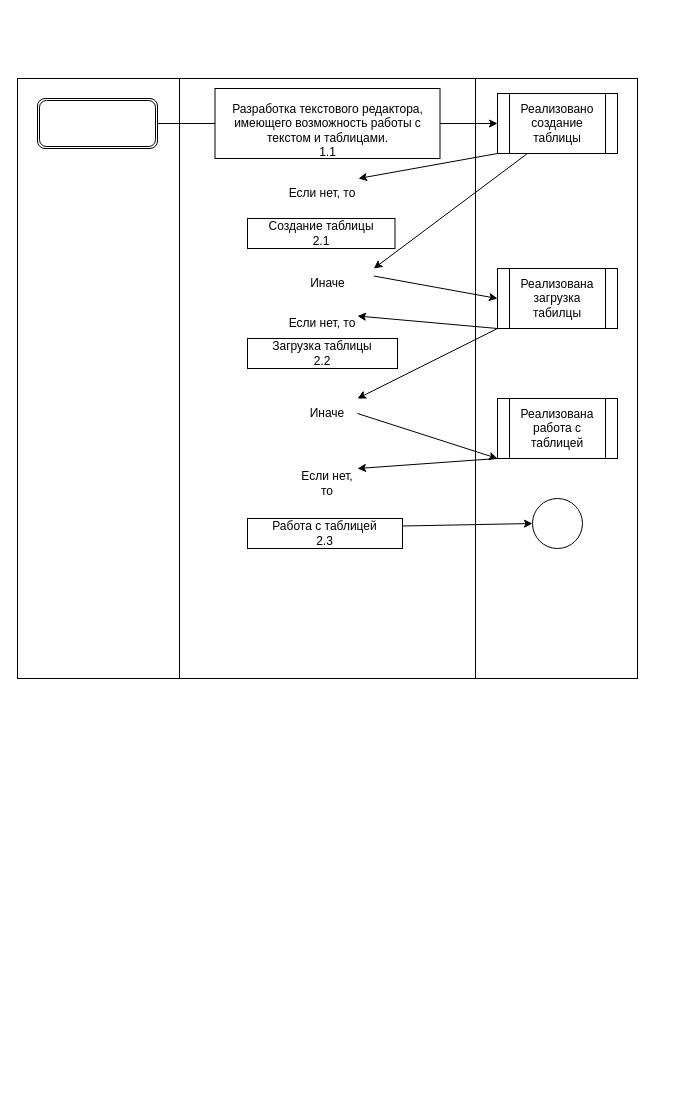
Goattyie/Labs keeps this draw.io diagram as 3.1/temp/1.1(2)(1).drawio. Above is the earlier version. Source tidied: cells renumbered, new cells numbered last; positions are measured from the earlier drawing's top-left corner, leaving out a move shared by most shapes. Both pictures are drawn from the tidied source at 100%, with x=0, y=0 at pixel (17, 78).
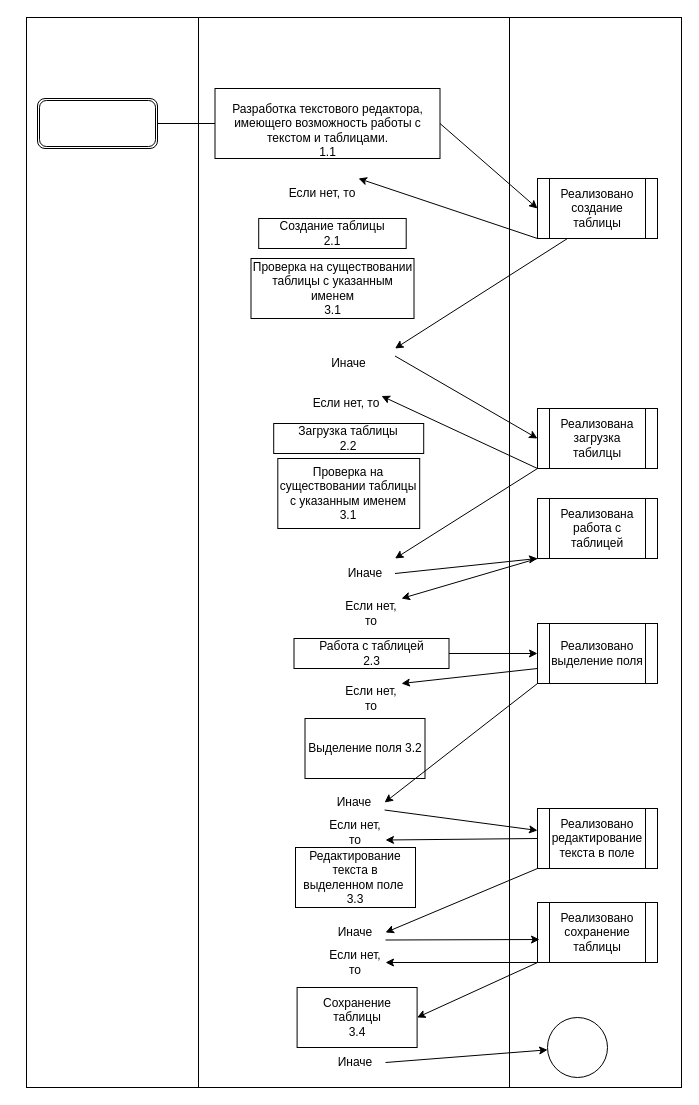
The same diagram, later.

Change to the diagram source:
```diff
@@
     <mxCell id="2" style="shape=process;whiteSpace=wrap;html=1;backgroundOutline=1;size=0.2619047619047619;" parent="1" vertex="1">
-      <mxGeometry width="620" height="600" as="geometry" />
+      <mxGeometry x="9" y="-61" width="655" height="1070" as="geometry" />
     </mxCell>
@@
     <mxCell id="5" value="Реализовано создание таблицы" style="shape=process;whiteSpace=wrap;html=1;backgroundOutline=1;" parent="1" vertex="1">
-      <mxGeometry x="480" y="15" width="120" height="60" as="geometry" />
+      <mxGeometry x="520" y="100" width="120" height="60" as="geometry" />
     </mxCell>
@@
     <mxCell id="7" value="&lt;div&gt;Создание таблицы&lt;/div&gt;&lt;div&gt;2.1&lt;/div&gt;" style="rounded=0;whiteSpace=wrap;html=1;" parent="1" vertex="1">
-      <mxGeometry x="230" y="140" width="147.5" height="30" as="geometry" />
+      <mxGeometry x="241.2" y="140" width="147.5" height="30" as="geometry" />
     </mxCell>
     <mxCell id="8" value="Реализована загрузка табилцы" style="shape=process;whiteSpace=wrap;html=1;backgroundOutline=1;" parent="1" vertex="1">
-      <mxGeometry x="480" y="190" width="120" height="60" as="geometry" />
+      <mxGeometry x="520" y="330" width="120" height="60" as="geometry" />
     </mxCell>
     <mxCell id="9" value="Иначе" style="text;html=1;strokeColor=none;fillColor=none;align=center;verticalAlign=middle;whiteSpace=wrap;rounded=0;" parent="1" vertex="1">
-      <mxGeometry x="263.8" y="190" width="92.5" height="30" as="geometry" />
+      <mxGeometry x="285" y="270" width="92.5" height="30" as="geometry" />
     </mxCell>
@@
     <mxCell id="15" value="Если нет, то" style="text;html=1;strokeColor=none;fillColor=none;align=center;verticalAlign=middle;whiteSpace=wrap;rounded=0;" parent="1" vertex="1">
-      <mxGeometry x="270" y="230" width="70" height="30" as="geometry" />
+      <mxGeometry x="294" y="310" width="70" height="30" as="geometry" />
     </mxCell>
@@
     <mxCell id="17" value="&lt;div&gt;Загрузка таблицы&lt;/div&gt;&lt;div&gt;2.2&lt;br&gt;&lt;/div&gt;" style="rounded=0;whiteSpace=wrap;html=1;" parent="1" vertex="1">
-      <mxGeometry x="230" y="260" width="150" height="30" as="geometry" />
+      <mxGeometry x="256.2" y="345" width="150" height="30" as="geometry" />
     </mxCell>
     <mxCell id="18" value="Иначе" style="text;html=1;strokeColor=none;fillColor=none;align=center;verticalAlign=middle;whiteSpace=wrap;rounded=0;" parent="1" vertex="1">
-      <mxGeometry x="280" y="320" width="60" height="30" as="geometry" />
+      <mxGeometry x="317.5" y="480" width="60" height="30" as="geometry" />
     </mxCell>
-    <mxCell id="19" style="endArrow=classic;html=1;rounded=0;entryX=1;entryY=0;entryDx=0;entryDy=0;startArrow=none;" parent="1" edge="1" target="18">
-      <mxGeometry relative="1" as="geometry">
-        <mxPoint x="480" y="250" as="sourcePoint" />
-      </mxGeometry>
+    <mxCell id="19" style="endArrow=classic;html=1;rounded=0;entryX=1;entryY=0;entryDx=0;entryDy=0;startArrow=none;exitX=0;exitY=1;exitDx=0;exitDy=0;" parent="1" edge="1" source="8" target="18">
+      <mxGeometry relative="1" as="geometry" />
     </mxCell>
     <mxCell id="20" value="Реализована работа с таблицей" style="shape=process;whiteSpace=wrap;html=1;backgroundOutline=1;" parent="1" vertex="1">
-      <mxGeometry x="480" y="320" width="120" height="60" as="geometry" />
+      <mxGeometry x="520" y="420" width="120" height="60" as="geometry" />
     </mxCell>
@@
     <mxCell id="22" value="Если нет, то" style="text;html=1;strokeColor=none;fillColor=none;align=center;verticalAlign=middle;whiteSpace=wrap;rounded=0;" parent="1" vertex="1">
-      <mxGeometry x="280" y="390" width="60" height="30" as="geometry" />
+      <mxGeometry x="324" y="520" width="60" height="30" as="geometry" />
     </mxCell>
     <mxCell id="23" value="Работа с таблицей&lt;br&gt;2.3" style="rounded=0;whiteSpace=wrap;html=1;" parent="1" vertex="1">
-      <mxGeometry x="230" y="440" width="155" height="30" as="geometry" />
+      <mxGeometry x="276.5" y="560" width="155" height="30" as="geometry" />
     </mxCell>
@@
-    <mxCell id="25" style="endArrow=classic;html=1;rounded=0;exitX=1;exitY=0.25;exitDx=0;exitDy=0;entryX=0;entryY=0.5;entryDx=0;entryDy=0;" parent="1" edge="1" source="23" target="26">
-      <mxGeometry relative="1" as="geometry" />
-    </mxCell>
-    <mxCell id="26" style="ellipse;whiteSpace=wrap;html=1;" parent="1" vertex="1">
-      <mxGeometry x="515" y="420" width="50" height="50" as="geometry" />
-    </mxCell>
+    <mxCell id="27" value="Проверка на существовании таблицы с указанным именем&lt;br&gt;3.1" style="rounded=0;whiteSpace=wrap;html=1;" parent="1" vertex="1">
+      <mxGeometry x="260.3" y="380" width="141.9" height="70" as="geometry" />
+    </mxCell>
+    <mxCell id="28" value="Проверка на существовании таблицы с указанным именем&lt;br&gt;3.1" style="rounded=0;whiteSpace=wrap;html=1;" parent="1" vertex="1">
+      <mxGeometry x="233.5" y="180" width="163" height="60" as="geometry" />
+    </mxCell>
+    <mxCell id="29" value="Реализовано выделение поля" style="shape=process;whiteSpace=wrap;html=1;backgroundOutline=1;" parent="1" vertex="1">
+      <mxGeometry x="520" y="545" width="120" height="60" as="geometry" />
+    </mxCell>
+    <mxCell id="30" style="endArrow=classic;html=1;rounded=0;exitX=1;exitY=0.5;exitDx=0;exitDy=0;entryX=0;entryY=0.5;entryDx=0;entryDy=0;" parent="1" edge="1" source="23" target="29">
+      <mxGeometry relative="1" as="geometry" />
+    </mxCell>
+    <mxCell id="31" value="Если нет, то" style="text;html=1;strokeColor=none;fillColor=none;align=center;verticalAlign=middle;whiteSpace=wrap;rounded=0;" parent="1" vertex="1">
+      <mxGeometry x="324" y="605" width="60" height="30" as="geometry" />
+    </mxCell>
+    <mxCell id="32" value="Выделение поля 3.2" style="rounded=0;whiteSpace=wrap;html=1;" parent="1" vertex="1">
+      <mxGeometry x="287.5" y="640" width="120" height="60" as="geometry" />
+    </mxCell>
+    <mxCell id="33" value="Иначе" style="text;html=1;strokeColor=none;fillColor=none;align=center;verticalAlign=middle;whiteSpace=wrap;rounded=0;" parent="1" vertex="1">
+      <mxGeometry x="307.1" y="709" width="60" height="30" as="geometry" />
+    </mxCell>
+    <mxCell id="34" value="Реализовано редактирование текста в поле" style="shape=process;whiteSpace=wrap;html=1;backgroundOutline=1;" parent="1" vertex="1">
+      <mxGeometry x="520" y="730" width="120" height="60" as="geometry" />
+    </mxCell>
+    <mxCell id="35" value="Если нет, то" style="text;html=1;strokeColor=none;fillColor=none;align=center;verticalAlign=middle;whiteSpace=wrap;rounded=0;" parent="1" vertex="1">
+      <mxGeometry x="308" y="739" width="60" height="30" as="geometry" />
+    </mxCell>
+    <mxCell id="36" value="Редактирование текста в выделенном поле&amp;nbsp;&lt;br&gt;3.3" style="rounded=0;whiteSpace=wrap;html=1;" parent="1" vertex="1">
+      <mxGeometry x="278" y="769" width="120" height="60" as="geometry" />
+    </mxCell>
+    <mxCell id="37" value="Иначе" style="text;html=1;strokeColor=none;fillColor=none;align=center;verticalAlign=middle;whiteSpace=wrap;rounded=0;" parent="1" vertex="1">
+      <mxGeometry x="308" y="839" width="60" height="30" as="geometry" />
+    </mxCell>
+    <mxCell id="38" value="Реализовано сохранение таблицы" style="shape=process;whiteSpace=wrap;html=1;backgroundOutline=1;" parent="1" vertex="1">
+      <mxGeometry x="520" y="824" width="120" height="60" as="geometry" />
+    </mxCell>
+    <mxCell id="39" value="Если нет, то" style="text;html=1;strokeColor=none;fillColor=none;align=center;verticalAlign=middle;whiteSpace=wrap;rounded=0;" parent="1" vertex="1">
+      <mxGeometry x="308" y="869" width="60" height="30" as="geometry" />
+    </mxCell>
+    <mxCell id="40" value="Сохранение таблицы&lt;br&gt;3.4" style="rounded=0;whiteSpace=wrap;html=1;" parent="1" vertex="1">
+      <mxGeometry x="279.6" y="909" width="120" height="60" as="geometry" />
+    </mxCell>
+    <mxCell id="41" value="Иначе" style="text;html=1;strokeColor=none;fillColor=none;align=center;verticalAlign=middle;whiteSpace=wrap;rounded=0;" parent="1" vertex="1">
+      <mxGeometry x="308" y="969" width="60" height="30" as="geometry" />
+    </mxCell>
+    <mxCell id="42" style="ellipse;whiteSpace=wrap;html=1;" parent="1" vertex="1">
+      <mxGeometry x="530" y="939" width="60" height="60" as="geometry" />
+    </mxCell>
+    <mxCell id="43" style="endArrow=classic;html=1;rounded=0;entryX=1;entryY=0;entryDx=0;entryDy=0;exitX=0;exitY=0.75;exitDx=0;exitDy=0;" parent="1" edge="1" source="29" target="31">
+      <mxGeometry relative="1" as="geometry" />
+    </mxCell>
+    <mxCell id="44" style="endArrow=classic;html=1;rounded=0;exitX=0;exitY=1;exitDx=0;exitDy=0;entryX=1;entryY=0.5;entryDx=0;entryDy=0;" parent="1" edge="1" source="29" target="33">
+      <mxGeometry relative="1" as="geometry" />
+    </mxCell>
+    <mxCell id="45" style="endArrow=classic;html=1;rounded=0;exitX=1;exitY=0.75;exitDx=0;exitDy=0;" parent="1" edge="1" source="33" target="34">
+      <mxGeometry relative="1" as="geometry" />
+    </mxCell>
+    <mxCell id="46" style="endArrow=classic;html=1;rounded=0;entryX=1;entryY=0.75;entryDx=0;entryDy=0;exitX=0;exitY=0.5;exitDx=0;exitDy=0;" parent="1" edge="1" source="34" target="35">
+      <mxGeometry relative="1" as="geometry" />
+    </mxCell>
+    <mxCell id="47" style="endArrow=classic;html=1;rounded=0;entryX=1;entryY=0.5;entryDx=0;entryDy=0;exitX=0;exitY=1;exitDx=0;exitDy=0;" parent="1" edge="1" source="34" target="37">
+      <mxGeometry relative="1" as="geometry" />
+    </mxCell>
+    <mxCell id="48" style="endArrow=classic;html=1;rounded=0;exitX=1;exitY=0.75;exitDx=0;exitDy=0;entryX=0.017;entryY=0.617;entryDx=0;entryDy=0;entryPerimeter=0;" parent="1" edge="1" source="37" target="38">
+      <mxGeometry relative="1" as="geometry" />
+    </mxCell>
+    <mxCell id="49" style="endArrow=classic;html=1;rounded=0;entryX=1;entryY=0.5;entryDx=0;entryDy=0;exitX=0;exitY=1;exitDx=0;exitDy=0;" parent="1" edge="1" source="38" target="39">
+      <mxGeometry relative="1" as="geometry" />
+    </mxCell>
+    <mxCell id="50" style="endArrow=classic;html=1;rounded=0;exitX=1;exitY=0.5;exitDx=0;exitDy=0;" parent="1" edge="1" source="41" target="42">
+      <mxGeometry relative="1" as="geometry" />
+    </mxCell>
+    <mxCell id="51" style="endArrow=classic;html=1;rounded=0;entryX=1;entryY=0.5;entryDx=0;entryDy=0;exitX=0;exitY=1;exitDx=0;exitDy=0;" parent="1" edge="1" source="38" target="40">
+      <mxGeometry relative="1" as="geometry" />
+    </mxCell>
```
